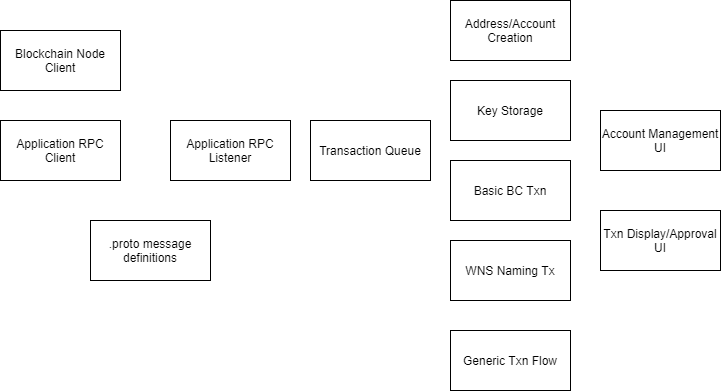
The draw.io diagram docs/content/diagrams/wallet-system.png in wirelineio/cluny, before a commit. Source tidied: cells renumbered, new cells last; positions are measured from the earlier drawing's top-left corner, leaving out a move shared by most shapes.
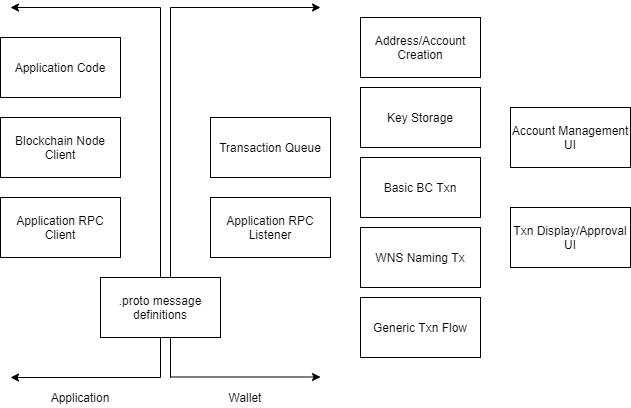
Above is the later version.

What changed in the source:
```diff
@@ -2,41 +2,86 @@
   <root>
     <mxCell id="0" />
     <mxCell id="1" parent="0" />
+    <mxCell id="14" style="endArrow=none;html=1;" parent="1" edge="1">
+      <mxGeometry relative="1" as="geometry">
+        <mxPoint x="210" y="350" as="sourcePoint" />
+        <mxPoint x="210" y="-20" as="targetPoint" />
+      </mxGeometry>
+    </mxCell>
+    <mxCell id="15" style="endArrow=none;html=1;" parent="1" edge="1">
+      <mxGeometry relative="1" as="geometry">
+        <mxPoint x="200" y="350" as="sourcePoint" />
+        <mxPoint x="200" y="-20" as="targetPoint" />
+      </mxGeometry>
+    </mxCell>
     <mxCell id="2" value="Address/Account&lt;br&gt;Creation" style="rounded=0;whiteSpace=wrap;html=1;" parent="1" vertex="1">
-      <mxGeometry x="450" width="120" height="60" as="geometry" />
+      <mxGeometry x="400" y="-10" width="120" height="60" as="geometry" />
     </mxCell>
     <mxCell id="3" value="Key Storage" style="rounded=0;whiteSpace=wrap;html=1;" parent="1" vertex="1">
-      <mxGeometry x="450" y="80" width="120" height="60" as="geometry" />
+      <mxGeometry x="400" y="60" width="120" height="60" as="geometry" />
     </mxCell>
     <mxCell id="4" value="Basic BC Txn" style="rounded=0;whiteSpace=wrap;html=1;" parent="1" vertex="1">
-      <mxGeometry x="450" y="160" width="120" height="60" as="geometry" />
+      <mxGeometry x="400" y="130" width="120" height="60" as="geometry" />
     </mxCell>
     <mxCell id="5" value="WNS Naming Tx" style="rounded=0;whiteSpace=wrap;html=1;" parent="1" vertex="1">
-      <mxGeometry x="450" y="240" width="120" height="60" as="geometry" />
+      <mxGeometry x="400" y="200" width="120" height="60" as="geometry" />
     </mxCell>
     <mxCell id="6" value="Application RPC Listener" style="rounded=0;whiteSpace=wrap;html=1;" parent="1" vertex="1">
-      <mxGeometry x="170" y="120" width="120" height="60" as="geometry" />
+      <mxGeometry x="250" y="170" width="120" height="60" as="geometry" />
     </mxCell>
     <mxCell id="7" value="Application RPC Client" style="rounded=0;whiteSpace=wrap;html=1;" parent="1" vertex="1">
-      <mxGeometry y="120" width="120" height="60" as="geometry" />
+      <mxGeometry x="40" y="170" width="120" height="60" as="geometry" />
     </mxCell>
     <mxCell id="8" value=".proto message definitions" style="rounded=0;whiteSpace=wrap;html=1;" parent="1" vertex="1">
-      <mxGeometry x="90" y="220" width="120" height="60" as="geometry" />
+      <mxGeometry x="140" y="250" width="120" height="60" as="geometry" />
     </mxCell>
     <mxCell id="9" value="Transaction Queue" style="rounded=0;whiteSpace=wrap;html=1;" parent="1" vertex="1">
-      <mxGeometry x="310" y="120" width="120" height="60" as="geometry" />
+      <mxGeometry x="250" y="90" width="120" height="60" as="geometry" />
     </mxCell>
     <mxCell id="10" value="Blockchain Node Client" style="rounded=0;whiteSpace=wrap;html=1;" parent="1" vertex="1">
-      <mxGeometry y="30" width="120" height="60" as="geometry" />
+      <mxGeometry x="40" y="90" width="120" height="60" as="geometry" />
     </mxCell>
     <mxCell id="11" value="Account Management UI" style="rounded=0;whiteSpace=wrap;html=1;" parent="1" vertex="1">
-      <mxGeometry x="600" y="110" width="120" height="60" as="geometry" />
+      <mxGeometry x="550" y="80" width="120" height="60" as="geometry" />
     </mxCell>
     <mxCell id="12" value="Txn Display/Approval UI" style="rounded=0;whiteSpace=wrap;html=1;" parent="1" vertex="1">
-      <mxGeometry x="600" y="210" width="120" height="60" as="geometry" />
+      <mxGeometry x="550" y="180" width="120" height="60" as="geometry" />
     </mxCell>
     <mxCell id="13" value="Generic Txn Flow" style="rounded=0;whiteSpace=wrap;html=1;" parent="1" vertex="1">
-      <mxGeometry x="450" y="330" width="120" height="60" as="geometry" />
+      <mxGeometry x="400" y="270" width="120" height="60" as="geometry" />
     </mxCell>
+    <mxCell id="16" style="endArrow=classic;html=1;" parent="1" edge="1">
+      <mxGeometry relative="1" as="geometry">
+        <mxPoint x="200" y="-20" as="sourcePoint" />
+        <mxPoint x="50" y="-20" as="targetPoint" />
+      </mxGeometry>
+    </mxCell>
+    <mxCell id="17" style="endArrow=classic;html=1;" parent="1" edge="1">
+      <mxGeometry relative="1" as="geometry">
+        <mxPoint x="200" y="350" as="sourcePoint" />
+        <mxPoint x="50" y="350" as="targetPoint" />
+      </mxGeometry>
+    </mxCell>
+    <mxCell id="18" value="Application" style="text;html=1;strokeColor=none;fillColor=none;align=center;verticalAlign=middle;whiteSpace=wrap;rounded=0;" parent="1" vertex="1">
+      <mxGeometry x="80" y="360" width="80" height="20" as="geometry" />
+    </mxCell>
+    <mxCell id="19" style="endArrow=classic;html=1;" parent="1" edge="1">
+      <mxGeometry relative="1" as="geometry">
+        <mxPoint x="210" y="-20" as="sourcePoint" />
+        <mxPoint x="360" y="-20" as="targetPoint" />
+      </mxGeometry>
+    </mxCell>
+    <mxCell id="20" style="endArrow=classic;html=1;" parent="1" edge="1">
+      <mxGeometry relative="1" as="geometry">
+        <mxPoint x="210" y="349.5" as="sourcePoint" />
+        <mxPoint x="360" y="349.5" as="targetPoint" />
+      </mxGeometry>
+    </mxCell>
+    <mxCell id="21" value="Wallet" style="text;html=1;strokeColor=none;fillColor=none;align=center;verticalAlign=middle;whiteSpace=wrap;rounded=0;" parent="1" vertex="1">
+      <mxGeometry x="255" y="360" width="60" height="20" as="geometry" />
+    </mxCell>
+    <mxCell id="22" value="Application Code" style="rounded=0;whiteSpace=wrap;html=1;" parent="1" vertex="1">
+      <mxGeometry x="40" y="10" width="120" height="60" as="geometry" />
+    </mxCell>
   </root>
 </mxGraphModel>
```
